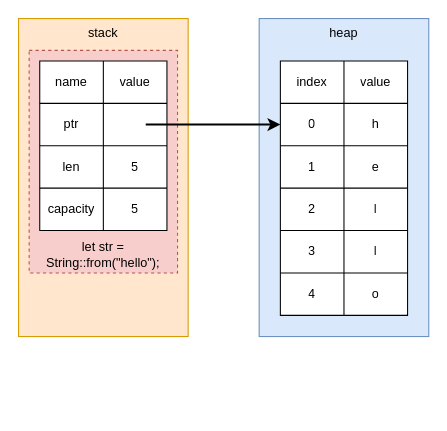
The draw.io diagram resources/diagram/rust_heap_stack_structure.drawio in wqf31415/wqf31415.github.io, before the edit. Source tidied: cells renumbered, new cells numbered last; positions are measured from the earlier drawing's top-left corner, leaving out a move shared by most shapes. Both pictures are drawn from the tidied source at 106%, with x=0, y=0 at pixel (18, 18).
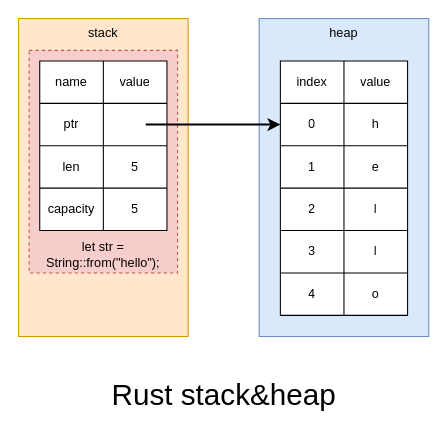
The same diagram, later.

What changed in the source:
```diff
@@
+    <mxCell id="38" value="Rust stack&amp;amp;heap" style="text;strokeColor=none;align=center;fillColor=none;html=1;verticalAlign=middle;whiteSpace=wrap;rounded=0;fontSize=28;" parent="1" vertex="1">
+      <mxGeometry x="41" y="340" width="306" height="30" as="geometry" />
+    </mxCell>
```
